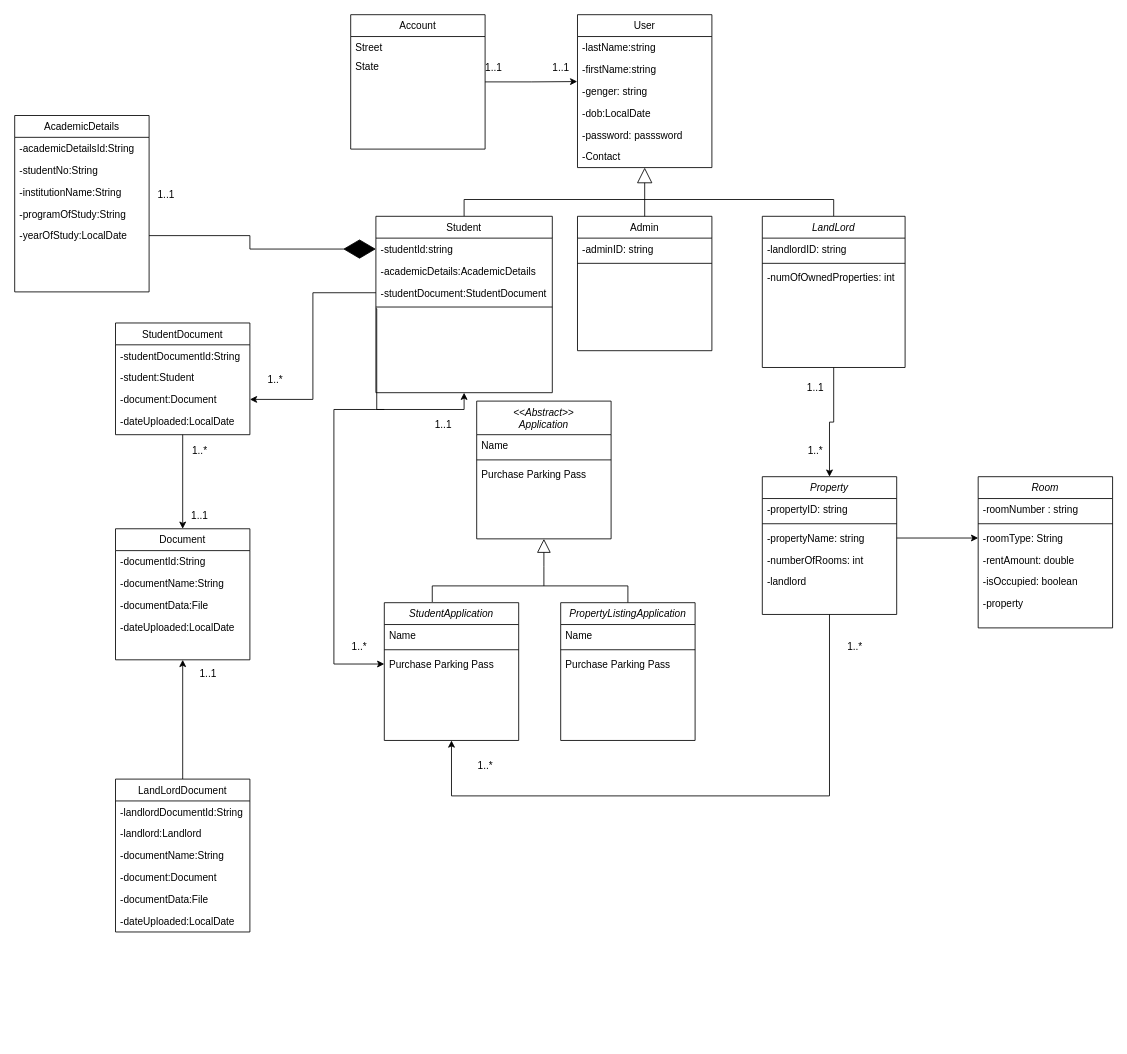
SETHU60/cput_accomodation_application keeps this draw.io diagram as UMLDiagram.drawio. Above is the earlier version. Source tidied: cells renumbered, new cells numbered last; positions are measured from the earlier drawing's top-left corner, leaving out a move shared by most shapes. Both pictures are drawn from the tidied source at 84%, with x=0, y=0 at pixel (14, 14).
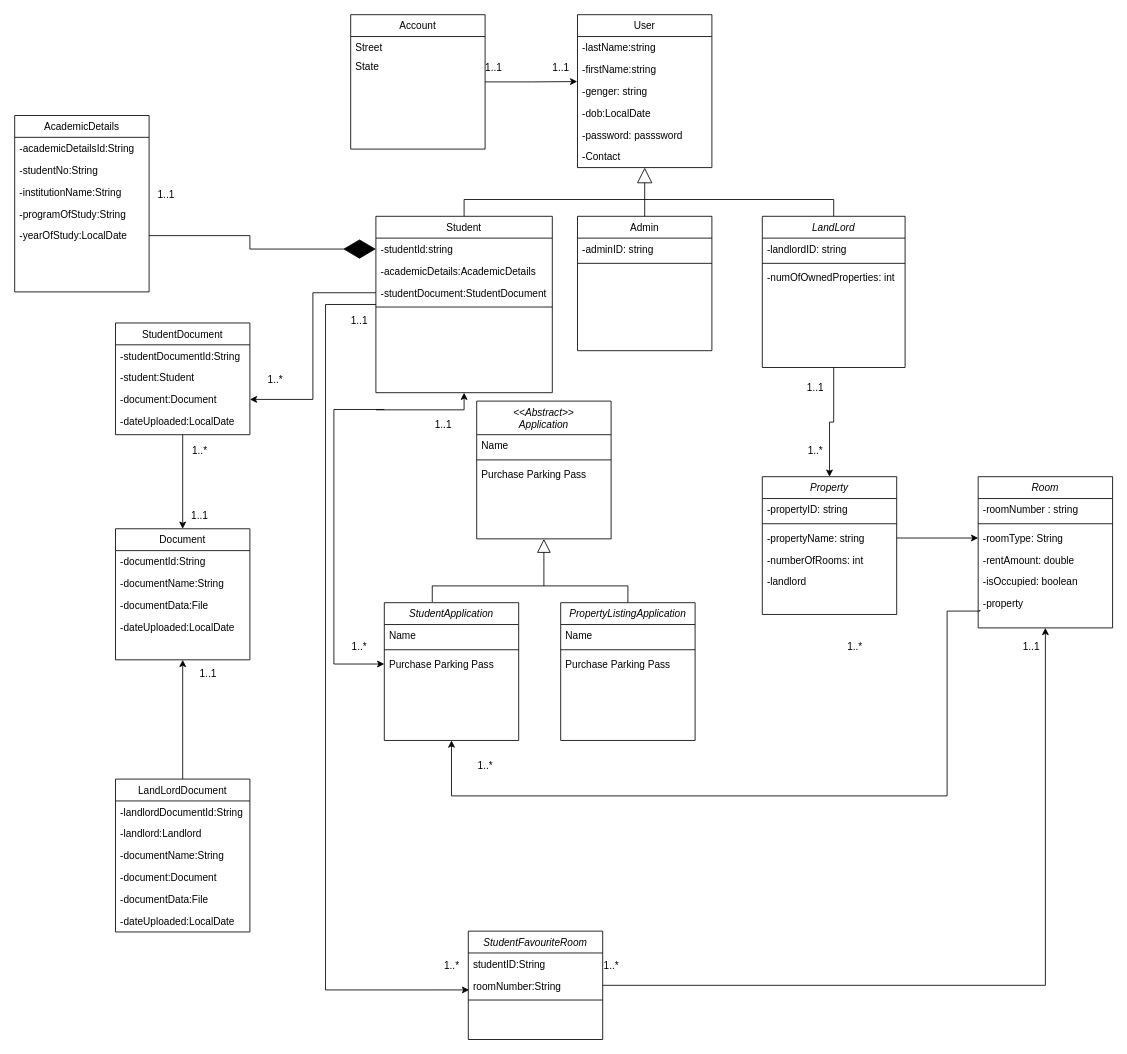
The same page after the edit.

Commit message:
Added StudentFavourite Table

Unchanged cells that the change refers to:
```xml
<mxCell id="3" value="Student" style="swimlane;fontStyle=0;align=center;verticalAlign=top;horizontal=1;startSize=26;rounded=0;shadow=0;strokeWidth=1;" parent="1" vertex="1">
  <mxGeometry x="430" y="240" width="210" height="210" as="geometry" />
</mxCell>
<mxCell id="18" value="StudentApplication" style="swimlane;fontStyle=2;align=center;verticalAlign=top;horizontal=1;startSize=26;rounded=0;shadow=0;strokeWidth=1;" parent="1" vertex="1">
  <mxGeometry x="440" y="700" width="160" height="164" as="geometry" />
</mxCell>
<mxCell id="26" value="Property" style="swimlane;fontStyle=2;align=center;verticalAlign=top;horizontal=1;startSize=26;rounded=0;shadow=0;strokeWidth=1;" parent="1" vertex="1">
  <mxGeometry x="890" y="550" width="160" height="164" as="geometry" />
</mxCell>
<mxCell id="53" value="Room" style="swimlane;fontStyle=2;align=center;verticalAlign=top;horizontal=1;startSize=26;rounded=0;shadow=0;strokeWidth=1;" parent="1" vertex="1">
  <mxGeometry x="1147" y="550" width="160" height="180" as="geometry" />
</mxCell>
<mxCell id="59" value="-property" style="text;align=left;verticalAlign=top;spacingLeft=4;spacingRight=4;overflow=hidden;points=[[0,0.5],[1,0.5]];portConstraint=eastwest;" parent="53" vertex="1">
  <mxGeometry y="138" width="160" height="26" as="geometry" />
</mxCell>
```

Diff of the diagram source:
```diff
@@
-    <mxCell id="17" style="edgeStyle=orthogonalEdgeStyle;rounded=0;jettySize=auto;html=1;entryX=0.5;entryY=1;entryDx=0;entryDy=0;endArrow=none;endFill=0;startArrow=classic;startFill=1;" parent="1" edge="1" source="18" target="26">
+    <mxCell id="17" style="edgeStyle=orthogonalEdgeStyle;rounded=0;jettySize=auto;html=1;entryX=0.013;entryY=0.795;entryDx=0;entryDy=0;endArrow=none;endFill=0;startArrow=classic;startFill=1;entryPerimeter=0;" parent="1" edge="1" source="18" target="59">
       <mxGeometry relative="1" as="geometry">
         <Array as="points">
           <mxPoint x="520" y="930" />
-          <mxPoint x="970" y="930" />
+          <mxPoint x="1110" y="930" />
+          <mxPoint x="1110" y="710" />
+          <mxPoint x="1149" y="710" />
         </Array>
       </mxGeometry>
     </mxCell>
@@
     <mxCell id="82" style="edgeStyle=orthogonalEdgeStyle;rounded=0;jettySize=auto;html=1;entryX=0.5;entryY=1;entryDx=0;entryDy=0;" parent="1" edge="1" target="3">
       <mxGeometry relative="1" as="geometry">
-        <mxPoint x="430" y="350" as="sourcePoint" />
+        <mxPoint x="430" y="470.4" as="sourcePoint" />
         <Array as="points">
-          <mxPoint x="431" y="470" />
+          <mxPoint x="430" y="470" />
           <mxPoint x="535" y="470" />
         </Array>
       </mxGeometry>
     </mxCell>
@@
+    <mxCell id="99" style="edgeStyle=orthogonalEdgeStyle;rounded=0;jettySize=auto;html=1;entryX=0.5;entryY=1;entryDx=0;entryDy=0;" parent="1" edge="1" source="100" target="53">
+      <mxGeometry relative="1" as="geometry" />
+    </mxCell>
+    <mxCell id="100" value="StudentFavouriteRoom" style="swimlane;fontStyle=2;align=center;verticalAlign=top;horizontal=1;startSize=26;rounded=0;shadow=0;strokeWidth=1;" parent="1" vertex="1">
+      <mxGeometry x="540" y="1091" width="160" height="129" as="geometry" />
+    </mxCell>
+    <mxCell id="101" value="studentID:String" style="text;align=left;verticalAlign=top;spacingLeft=4;spacingRight=4;overflow=hidden;" parent="100" vertex="1">
+      <mxGeometry y="26" width="160" height="26" as="geometry" />
+    </mxCell>
+    <mxCell id="102" value="roomNumber:String" style="text;align=left;verticalAlign=top;spacingLeft=4;spacingRight=4;overflow=hidden;points=[[0,0.5],[1,0.5]];portConstraint=eastwest;" parent="100" vertex="1">
+      <mxGeometry y="52" width="160" height="26" as="geometry" />
+    </mxCell>
+    <mxCell id="103" style="line;html=1;strokeWidth=1;align=left;verticalAlign=middle;spacingTop=-1;spacingLeft=3;spacingRight=3;labelPosition=right;" parent="100" vertex="1">
+      <mxGeometry y="78" width="160" height="8" as="geometry" />
+    </mxCell>
+    <mxCell id="104" style="edgeStyle=orthogonalEdgeStyle;rounded=0;jettySize=auto;html=1;entryX=0.006;entryY=0.692;entryDx=0;entryDy=0;entryPerimeter=0;" parent="1" edge="1" source="3" target="102">
+      <mxGeometry relative="1" as="geometry">
+        <Array as="points">
+          <mxPoint x="370" y="345" />
+          <mxPoint x="370" y="1161" />
+        </Array>
+      </mxGeometry>
+    </mxCell>
+    <mxCell id="105" value="1..1" style="text;html=1;align=center;verticalAlign=middle;strokeColor=none;fillColor=none;" parent="1" vertex="1">
+      <mxGeometry x="1190" y="738" width="40" height="30" as="geometry" />
+    </mxCell>
+    <mxCell id="106" value="1..*" style="text;html=1;align=center;verticalAlign=middle;strokeColor=none;fillColor=none;" parent="1" vertex="1">
+      <mxGeometry x="690" y="1118" width="40" height="30" as="geometry" />
+    </mxCell>
+    <mxCell id="107" value="1..*" style="text;html=1;align=center;verticalAlign=middle;strokeColor=none;fillColor=none;" parent="1" vertex="1">
+      <mxGeometry x="500" y="1118" width="40" height="30" as="geometry" />
+    </mxCell>
+    <mxCell id="108" value="1..1" style="text;html=1;align=center;verticalAlign=middle;strokeColor=none;fillColor=none;" parent="1" vertex="1">
+      <mxGeometry x="390" y="350" width="40" height="30" as="geometry" />
+    </mxCell>
```
